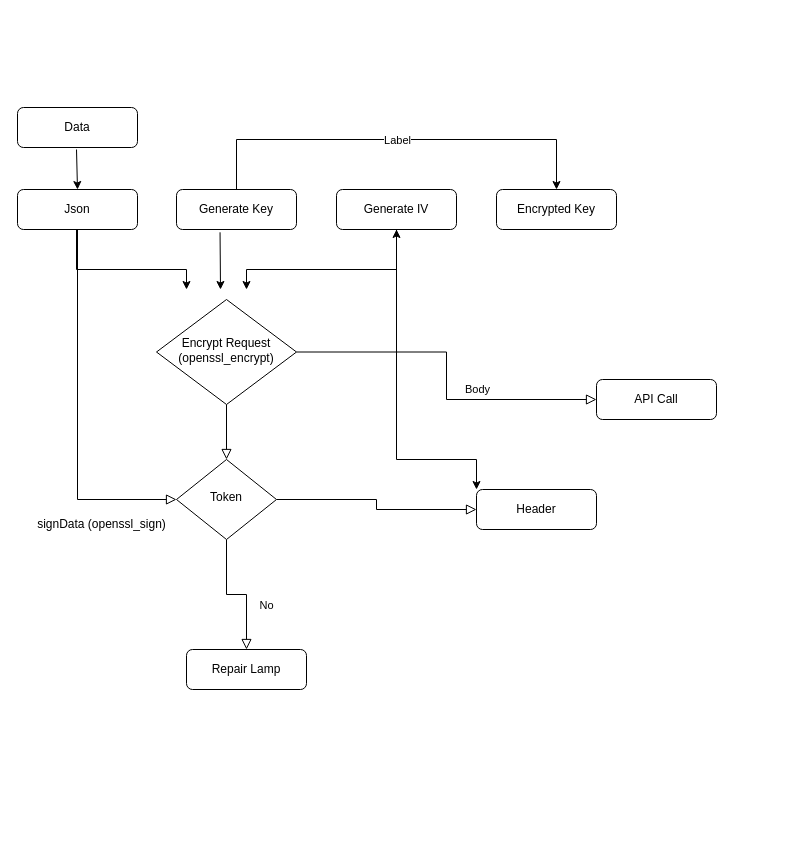
This is YesBank Encryption and Decryption.drawio from iamPrashanta/diagrams.draw.io, a draw.io file, before an edit. Source tidied: cells renumbered, new cells numbered last; positions are measured from the earlier drawing's top-left corner, leaving out a move shared by most shapes. Both pictures are drawn from the tidied source at 100%, with x=0, y=0 at pixel (17, 107).
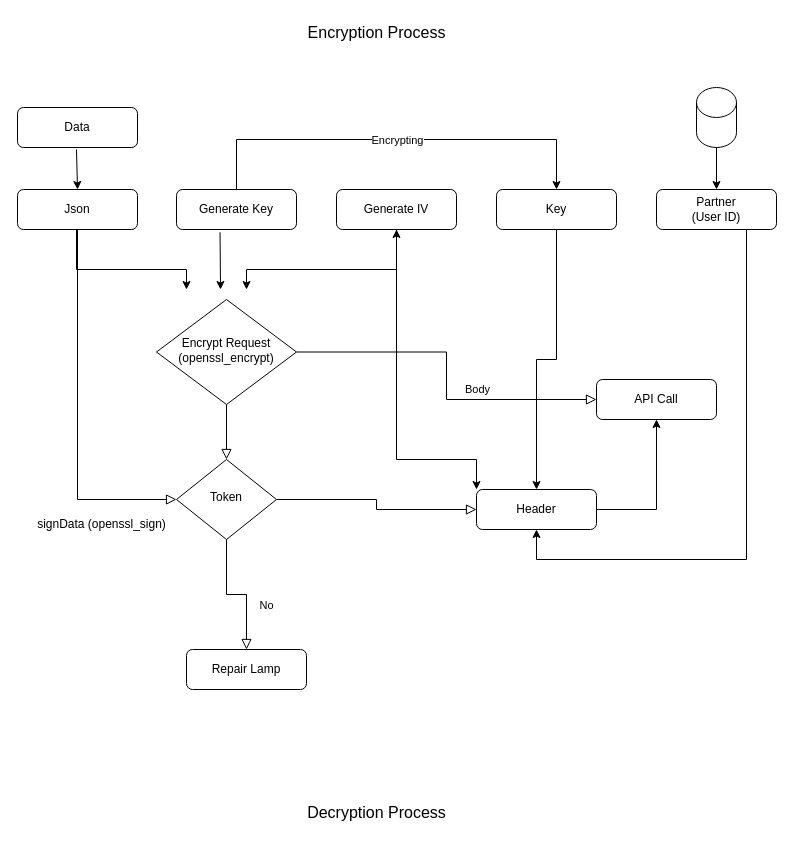
The same diagram, later.

The change refers to these unchanged cells:
```xml
<mxCell id="6" value="API Call" style="rounded=1;whiteSpace=wrap;html=1;fontSize=12;glass=0;strokeWidth=1;shadow=0;" parent="1" vertex="1">
  <mxGeometry x="579" y="272" width="120" height="40" as="geometry" />
</mxCell>
<mxCell id="11" value="Header" style="rounded=1;whiteSpace=wrap;html=1;fontSize=12;glass=0;strokeWidth=1;shadow=0;" parent="1" vertex="1">
  <mxGeometry x="459" y="382" width="120" height="40" as="geometry" />
</mxCell>
<mxCell id="23" style="endArrow=classic;html=1;rounded=0;entryX=0.5;entryY=0;entryDx=0;entryDy=0;exitX=0.5;exitY=0;exitDx=0;exitDy=0;" parent="1" edge="1" source="13" target="22">
  <mxGeometry relative="1" as="geometry">
    <Array as="points">
      <mxPoint x="219" y="32" />
      <mxPoint x="539" y="32" />
    </Array>
  </mxGeometry>
</mxCell>
```

Change to the diagram source:
```diff
@@
+    <mxCell id="25" style="edgeStyle=orthogonalEdgeStyle;rounded=0;jettySize=auto;html=1;entryX=0.5;entryY=1;entryDx=0;entryDy=0;" parent="1" edge="1" source="11" target="6">
+      <mxGeometry relative="1" as="geometry">
+        <Array as="points">
+          <mxPoint x="639" y="402" />
+        </Array>
+      </mxGeometry>
+    </mxCell>
@@
+    <mxCell id="26" style="edgeStyle=orthogonalEdgeStyle;rounded=0;jettySize=auto;html=1;entryX=0.5;entryY=0;entryDx=0;entryDy=0;" parent="1" edge="1" source="22" target="11">
+      <mxGeometry relative="1" as="geometry" />
+    </mxCell>
-    <mxCell id="22" value="Encrypted Key" style="rounded=1;whiteSpace=wrap;html=1;fontSize=12;glass=0;strokeWidth=1;shadow=0;" parent="1" vertex="1">
+    <mxCell id="22" value="Key" style="rounded=1;whiteSpace=wrap;html=1;fontSize=12;glass=0;strokeWidth=1;shadow=0;" parent="1" vertex="1">
       <mxGeometry x="479" y="82" width="120" height="40" as="geometry" />
     </mxCell>
@@
-    <mxCell id="24" value="Label" style="edgeLabel;html=1;align=center;verticalAlign=middle;" parent="23" vertex="1">
+    <mxCell id="24" value="Encrypting" style="edgeLabel;html=1;align=center;verticalAlign=middle;" parent="23" vertex="1">
       <mxGeometry relative="1" as="geometry" />
     </mxCell>
+    <mxCell id="27" style="edgeStyle=orthogonalEdgeStyle;rounded=0;jettySize=auto;html=1;entryX=0.5;entryY=1;entryDx=0;entryDy=0;" parent="1" edge="1" source="28" target="11">
+      <mxGeometry relative="1" as="geometry">
+        <Array as="points">
+          <mxPoint x="729" y="452" />
+          <mxPoint x="519" y="452" />
+        </Array>
+      </mxGeometry>
+    </mxCell>
+    <mxCell id="28" value="Partner&lt;div&gt;(User ID)&lt;/div&gt;" style="rounded=1;whiteSpace=wrap;html=1;fontSize=12;glass=0;strokeWidth=1;shadow=0;" parent="1" vertex="1">
+      <mxGeometry x="639" y="82" width="120" height="40" as="geometry" />
+    </mxCell>
+    <mxCell id="29" style="shape=cylinder3;whiteSpace=wrap;html=1;boundedLbl=1;backgroundOutline=1;size=15;" parent="1" vertex="1">
+      <mxGeometry x="679" y="-20" width="40" height="60" as="geometry" />
+    </mxCell>
+    <mxCell id="30" style="endArrow=classic;html=1;rounded=0;exitX=0.5;exitY=1;exitDx=0;exitDy=0;exitPerimeter=0;entryX=0.5;entryY=0;entryDx=0;entryDy=0;" parent="1" edge="1" source="29" target="28">
+      <mxGeometry relative="1" as="geometry" />
+    </mxCell>
+    <mxCell id="31" value="&lt;font style=&quot;font-size: 16px;&quot;&gt;Encryption Process&lt;/font&gt;" style="text;html=1;align=center;verticalAlign=middle;strokeColor=none;fillColor=none;" parent="1" vertex="1">
+      <mxGeometry x="279" y="-90" width="160" height="30" as="geometry" />
+    </mxCell>
+    <mxCell id="32" value="&lt;font style=&quot;font-size: 16px;&quot;&gt;Decryption&amp;nbsp;&lt;/font&gt;&lt;span style=&quot;font-size: 16px; background-color: initial;&quot;&gt;Process&lt;/span&gt;" style="text;html=1;align=center;verticalAlign=middle;strokeColor=none;fillColor=none;" parent="1" vertex="1">
+      <mxGeometry x="279" y="690" width="160" height="30" as="geometry" />
+    </mxCell>
```
